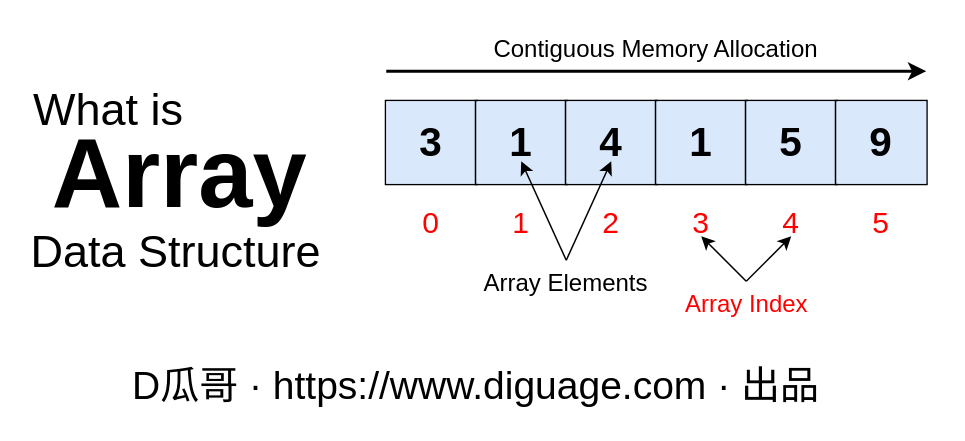
Above: page "数组" (7 of 12) of static/diagrams/data-structures.drawio in diguage/www.diguage.com (draw.io), before the change. Source tidied: cells renumbered, new cells numbered last; positions are measured from the earlier drawing's top-left corner, leaving out a move shared by most shapes. Both pictures are drawn from the tidied source at 150%, with x=0, y=0 at pixel (26, 26).
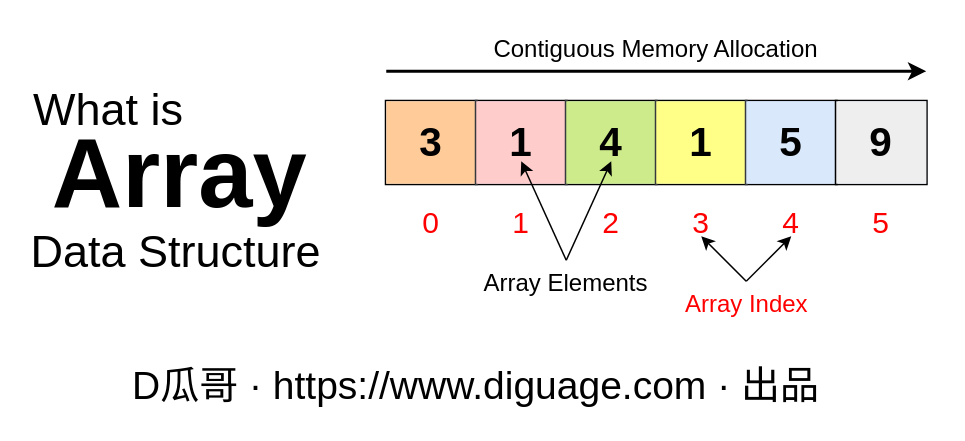
The same diagram, later.

Unchanged cells that the change refers to:
```xml
<mxCell id="6" style="shape=tableRow;horizontal=0;startSize=0;swimlaneHead=0;swimlaneBody=0;strokeColor=#000000;top=0;left=0;bottom=0;right=0;fillColor=#dae8fc;fontFamily=JetBrains Mono;fontSize=27;fontStyle=1;swimlaneLine=1;strokeWidth=2;labelBorderColor=none;" parent="5" vertex="1">
  <mxGeometry width="360" height="55" as="geometry" />
</mxCell>
```

The edit, as a diff of the source:
```diff
@@
-    <mxCell id="7" value="3" style="shape=partialRectangle;html=1;whiteSpace=wrap;strokeColor=#000000;overflow=hidden;fillColor=#dae8fc;top=0;left=0;bottom=0;right=1;fontFamily=JetBrains Mono;fontSize=27;fontStyle=1;swimlaneLine=1;strokeWidth=2;labelBorderColor=none;" parent="6" vertex="1">
+    <mxCell id="7" value="3" style="shape=partialRectangle;html=1;whiteSpace=wrap;strokeColor=#36393d;overflow=hidden;fillColor=#ffcc99;top=0;left=0;bottom=0;right=1;fontFamily=JetBrains Mono;fontSize=27;fontStyle=1;swimlaneLine=1;strokeWidth=2;labelBorderColor=none;" parent="6" vertex="1">
       <mxGeometry width="60" height="55" as="geometry" />
     </mxCell>
-    <mxCell id="8" value="1" style="shape=partialRectangle;html=1;whiteSpace=wrap;strokeColor=#000000;overflow=hidden;fillColor=#dae8fc;top=0;left=0;bottom=0;right=1;fontFamily=JetBrains Mono;fontSize=27;fontStyle=1;swimlaneLine=1;strokeWidth=2;labelBorderColor=none;" parent="6" vertex="1">
+    <mxCell id="8" value="1" style="shape=partialRectangle;html=1;whiteSpace=wrap;strokeColor=#36393d;overflow=hidden;fillColor=#ffcccc;top=0;left=0;bottom=0;right=1;fontFamily=JetBrains Mono;fontSize=27;fontStyle=1;swimlaneLine=1;strokeWidth=2;labelBorderColor=none;" parent="6" vertex="1">
       <mxGeometry x="60" width="60" height="55" as="geometry" />
     </mxCell>
-    <mxCell id="9" value="4" style="shape=partialRectangle;html=1;whiteSpace=wrap;strokeColor=#000000;overflow=hidden;fillColor=#dae8fc;top=0;left=0;bottom=0;right=1;fontFamily=JetBrains Mono;fontSize=27;fontStyle=1;swimlaneLine=1;strokeWidth=2;labelBorderColor=none;" parent="6" vertex="1">
+    <mxCell id="9" value="4" style="shape=partialRectangle;html=1;whiteSpace=wrap;strokeColor=#36393d;overflow=hidden;fillColor=#cdeb8b;top=0;left=0;bottom=0;right=1;fontFamily=JetBrains Mono;fontSize=27;fontStyle=1;swimlaneLine=1;strokeWidth=2;labelBorderColor=none;" parent="6" vertex="1">
       <mxGeometry x="120" width="60" height="55" as="geometry" />
     </mxCell>
-    <mxCell id="10" value="1" style="shape=partialRectangle;html=1;whiteSpace=wrap;strokeColor=#000000;overflow=hidden;fillColor=#dae8fc;top=0;left=0;bottom=0;right=1;fontFamily=JetBrains Mono;fontSize=27;fontStyle=1;swimlaneLine=1;strokeWidth=2;labelBorderColor=none;" parent="6" vertex="1">
+    <mxCell id="10" value="1" style="shape=partialRectangle;html=1;whiteSpace=wrap;strokeColor=#36393d;overflow=hidden;fillColor=#ffff88;top=0;left=0;bottom=0;right=1;fontFamily=JetBrains Mono;fontSize=27;fontStyle=1;swimlaneLine=1;strokeWidth=2;labelBorderColor=none;" parent="6" vertex="1">
       <mxGeometry x="180" width="60" height="55" as="geometry" />
     </mxCell>
@@
-    <mxCell id="12" value="9" style="shape=partialRectangle;html=1;whiteSpace=wrap;strokeColor=#000000;overflow=hidden;fillColor=#dae8fc;top=0;left=0;bottom=0;right=0;fontFamily=JetBrains Mono;fontSize=27;fontStyle=1;swimlaneLine=1;strokeWidth=2;labelBorderColor=none;" parent="6" vertex="1">
+    <mxCell id="12" value="9" style="shape=partialRectangle;html=1;whiteSpace=wrap;strokeColor=#36393d;overflow=hidden;fillColor=#eeeeee;top=0;left=0;bottom=0;right=0;fontFamily=JetBrains Mono;fontSize=27;fontStyle=1;swimlaneLine=1;strokeWidth=2;labelBorderColor=none;" parent="6" vertex="1">
       <mxGeometry x="300" width="60" height="55" as="geometry" />
     </mxCell>
```
